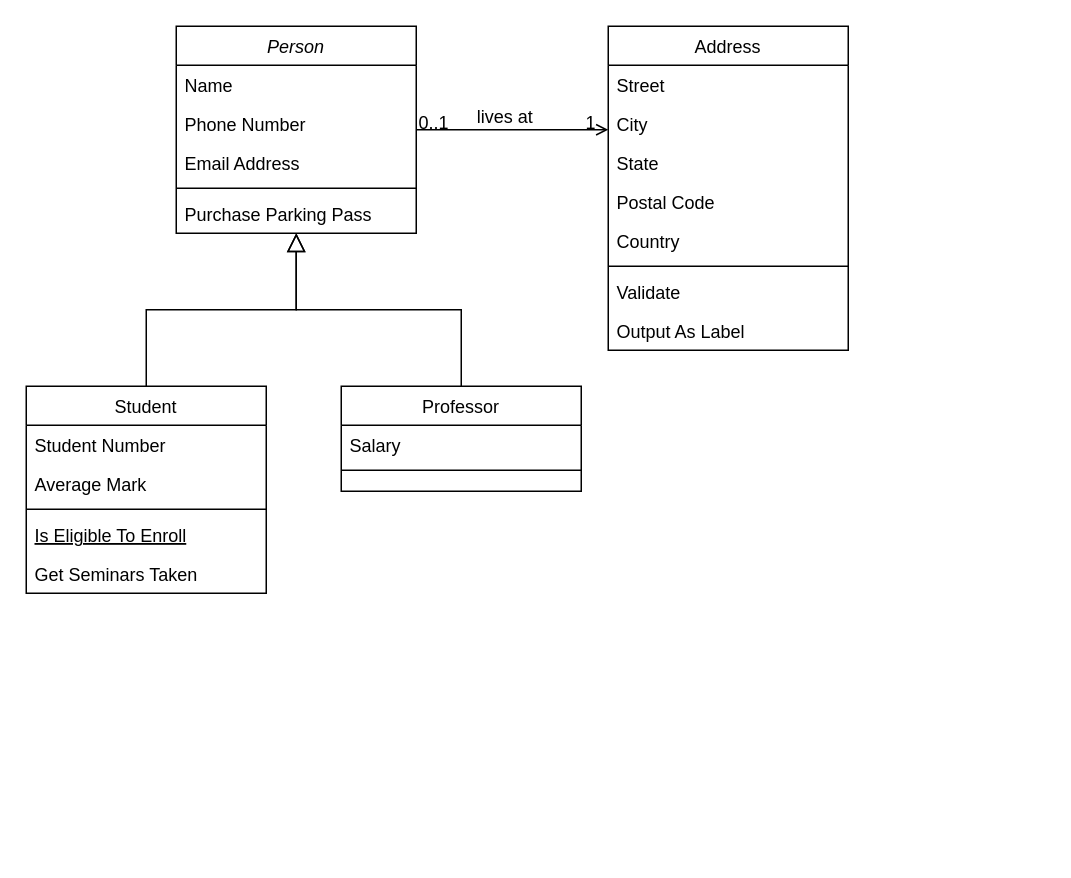
dzikfr/aplikasi-absensi-baharkam-2024 keeps this draw.io diagram as tabelDiagram.drawio. Above is the earlier version. Source tidied: cells renumbered, new cells numbered last; positions are measured from the earlier drawing's top-left corner, leaving out a move shared by most shapes. Both pictures are drawn from the tidied source at 150%, with x=0, y=0 at pixel (26, 26).
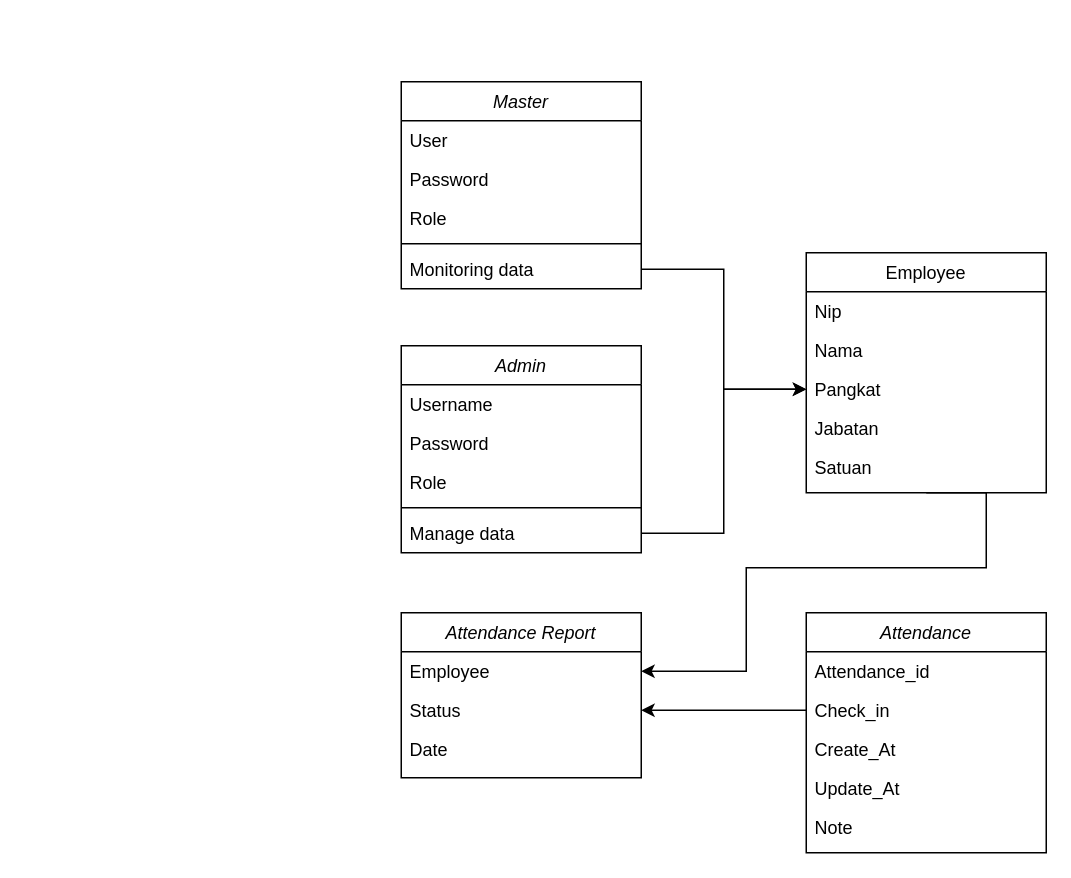
After the change.

The edit, as a diff of the source:
```diff
@@
-    <mxCell id="2" value="Person" style="swimlane;fontStyle=2;align=center;verticalAlign=top;horizontal=1;startSize=26;rounded=0;shadow=0;strokeWidth=1;" parent="1" vertex="1">
-      <mxGeometry x="100" width="160" height="138" as="geometry" />
+    <mxCell id="2" value="Master" style="swimlane;fontStyle=2;align=center;verticalAlign=top;horizontal=1;startSize=26;rounded=0;shadow=0;strokeWidth=1;" parent="1" vertex="1">
+      <mxGeometry x="250" y="37" width="160" height="138" as="geometry" />
     </mxCell>
-    <mxCell id="3" value="Name" style="text;align=left;verticalAlign=top;spacingLeft=4;spacingRight=4;overflow=hidden;" parent="2" vertex="1">
+    <mxCell id="3" value="User" style="text;align=left;verticalAlign=top;spacingLeft=4;spacingRight=4;overflow=hidden;" parent="2" vertex="1">
       <mxGeometry y="26" width="160" height="26" as="geometry" />
     </mxCell>
-    <mxCell id="4" value="Phone Number" style="text;align=left;verticalAlign=top;spacingLeft=4;spacingRight=4;overflow=hidden;rounded=0;shadow=0;html=0;" parent="2" vertex="1">
+    <mxCell id="4" value="Password" style="text;align=left;verticalAlign=top;spacingLeft=4;spacingRight=4;overflow=hidden;rounded=0;shadow=0;html=0;" parent="2" vertex="1">
       <mxGeometry y="52" width="160" height="26" as="geometry" />
     </mxCell>
-    <mxCell id="5" value="Email Address" style="text;align=left;verticalAlign=top;spacingLeft=4;spacingRight=4;overflow=hidden;rounded=0;shadow=0;html=0;" parent="2" vertex="1">
+    <mxCell id="5" value="Role" style="text;align=left;verticalAlign=top;spacingLeft=4;spacingRight=4;overflow=hidden;rounded=0;shadow=0;html=0;" parent="2" vertex="1">
       <mxGeometry y="78" width="160" height="26" as="geometry" />
     </mxCell>
@@
-    <mxCell id="7" value="Purchase Parking Pass" style="text;align=left;verticalAlign=top;spacingLeft=4;spacingRight=4;overflow=hidden;points=[[0,0.5],[1,0.5]];portConstraint=eastwest;" parent="2" vertex="1">
+    <mxCell id="7" value="Monitoring data" style="text;align=left;verticalAlign=top;spacingLeft=4;spacingRight=4;overflow=hidden;points=[[0,0.5],[1,0.5]];portConstraint=eastwest;" parent="2" vertex="1">
       <mxGeometry y="112" width="160" height="26" as="geometry" />
     </mxCell>
-    <mxCell id="8" value="Student" style="swimlane;fontStyle=0;align=center;verticalAlign=top;horizontal=1;startSize=26;rounded=0;shadow=0;strokeWidth=1;" parent="1" vertex="1">
-      <mxGeometry y="240" width="160" height="138" as="geometry" />
+    <mxCell id="8" value="Attendance Report" style="swimlane;fontStyle=2;align=center;verticalAlign=top;horizontal=1;startSize=26;rounded=0;shadow=0;strokeWidth=1;" parent="1" vertex="1">
+      <mxGeometry x="250" y="391" width="160" height="110" as="geometry" />
     </mxCell>
-    <mxCell id="9" value="Student Number" style="text;align=left;verticalAlign=top;spacingLeft=4;spacingRight=4;overflow=hidden;points=[[0,0.5],[1,0.5]];portConstraint=eastwest;" parent="8" vertex="1">
+    <mxCell id="9" value="Employee" style="text;align=left;verticalAlign=top;spacingLeft=4;spacingRight=4;overflow=hidden;points=[[0,0.5],[1,0.5]];portConstraint=eastwest;" parent="8" vertex="1">
       <mxGeometry y="26" width="160" height="26" as="geometry" />
     </mxCell>
-    <mxCell id="10" value="Average Mark" style="text;align=left;verticalAlign=top;spacingLeft=4;spacingRight=4;overflow=hidden;points=[[0,0.5],[1,0.5]];portConstraint=eastwest;rounded=0;shadow=0;html=0;" parent="8" vertex="1">
+    <mxCell id="10" value="Status" style="text;align=left;verticalAlign=top;spacingLeft=4;spacingRight=4;overflow=hidden;points=[[0,0.5],[1,0.5]];portConstraint=eastwest;rounded=0;shadow=0;html=0;" parent="8" vertex="1">
       <mxGeometry y="52" width="160" height="26" as="geometry" />
     </mxCell>
-    <mxCell id="11" style="line;html=1;strokeWidth=1;align=left;verticalAlign=middle;spacingTop=-1;spacingLeft=3;spacingRight=3;labelPosition=right;" parent="8" vertex="1">
-      <mxGeometry y="78" width="160" height="8" as="geometry" />
-    </mxCell>
-    <mxCell id="12" value="Is Eligible To Enroll" style="text;align=left;verticalAlign=top;spacingLeft=4;spacingRight=4;overflow=hidden;fontStyle=4;" parent="8" vertex="1">
-      <mxGeometry y="86" width="160" height="26" as="geometry" />
-    </mxCell>
-    <mxCell id="13" value="Get Seminars Taken" style="text;align=left;verticalAlign=top;spacingLeft=4;spacingRight=4;overflow=hidden;" parent="8" vertex="1">
-      <mxGeometry y="112" width="160" height="26" as="geometry" />
+    <mxCell id="13" value="Date" style="text;align=left;verticalAlign=top;spacingLeft=4;spacingRight=4;overflow=hidden;" parent="8" vertex="1">
+      <mxGeometry y="78" width="160" height="26" as="geometry" />
     </mxCell>
-    <mxCell id="14" style="endArrow=block;endSize=10;endFill=0;shadow=0;strokeWidth=1;rounded=0;curved=0;edgeStyle=elbowEdgeStyle;elbow=vertical;" parent="1" edge="1" source="8" target="2">
-      <mxGeometry relative="1" as="geometry" />
-    </mxCell>
-    <mxCell id="15" value="Professor" style="swimlane;fontStyle=0;align=center;verticalAlign=top;horizontal=1;startSize=26;rounded=0;shadow=0;strokeWidth=1;" parent="1" vertex="1">
-      <mxGeometry x="210" y="240" width="160" height="70" as="geometry" />
-    </mxCell>
-    <mxCell id="16" value="Salary" style="text;align=left;verticalAlign=top;spacingLeft=4;spacingRight=4;overflow=hidden;" parent="15" vertex="1">
-      <mxGeometry y="26" width="160" height="26" as="geometry" />
-    </mxCell>
-    <mxCell id="17" style="line;html=1;strokeWidth=1;align=left;verticalAlign=middle;spacingTop=-1;spacingLeft=3;spacingRight=3;labelPosition=right;" parent="15" vertex="1">
-      <mxGeometry y="52" width="160" height="8" as="geometry" />
-    </mxCell>
-    <mxCell id="18" style="endArrow=block;endSize=10;endFill=0;shadow=0;strokeWidth=1;rounded=0;curved=0;edgeStyle=elbowEdgeStyle;elbow=vertical;" parent="1" edge="1" source="15" target="2">
-      <mxGeometry relative="1" as="geometry" />
-    </mxCell>
+    <mxCell id="32" style="edgeStyle=orthogonalEdgeStyle;rounded=0;jettySize=auto;html=1;exitX=0.5;exitY=1;exitDx=0;exitDy=0;" parent="1" edge="1" source="19" target="9">
+      <mxGeometry relative="1" as="geometry">
+        <Array as="points">
+          <mxPoint x="640" y="361" />
+          <mxPoint x="480" y="361" />
+          <mxPoint x="480" y="430" />
+        </Array>
+      </mxGeometry>
+    </mxCell>
-    <mxCell id="19" value="Address" style="swimlane;fontStyle=0;align=center;verticalAlign=top;horizontal=1;startSize=26;rounded=0;shadow=0;strokeWidth=1;" parent="1" vertex="1">
-      <mxGeometry x="388" width="160" height="216" as="geometry" />
+    <mxCell id="19" value="Employee" style="swimlane;fontStyle=0;align=center;verticalAlign=top;horizontal=1;startSize=26;rounded=0;shadow=0;strokeWidth=1;" parent="1" vertex="1">
+      <mxGeometry x="520" y="151" width="160" height="160" as="geometry" />
     </mxCell>
-    <mxCell id="20" value="Street" style="text;align=left;verticalAlign=top;spacingLeft=4;spacingRight=4;overflow=hidden;" parent="19" vertex="1">
+    <mxCell id="20" value="Nip" style="text;align=left;verticalAlign=top;spacingLeft=4;spacingRight=4;overflow=hidden;" parent="19" vertex="1">
       <mxGeometry y="26" width="160" height="26" as="geometry" />
     </mxCell>
-    <mxCell id="21" value="City" style="text;align=left;verticalAlign=top;spacingLeft=4;spacingRight=4;overflow=hidden;rounded=0;shadow=0;html=0;" parent="19" vertex="1">
+    <mxCell id="21" value="Nama" style="text;align=left;verticalAlign=top;spacingLeft=4;spacingRight=4;overflow=hidden;rounded=0;shadow=0;html=0;" parent="19" vertex="1">
       <mxGeometry y="52" width="160" height="26" as="geometry" />
     </mxCell>
-    <mxCell id="22" value="State" style="text;align=left;verticalAlign=top;spacingLeft=4;spacingRight=4;overflow=hidden;points=[[0,0.5],[1,0.5]];portConstraint=eastwest;rounded=0;shadow=0;html=0;" parent="19" vertex="1">
+    <mxCell id="22" value="Pangkat" style="text;align=left;verticalAlign=top;spacingLeft=4;spacingRight=4;overflow=hidden;points=[[0,0.5],[1,0.5]];portConstraint=eastwest;rounded=0;shadow=0;html=0;" parent="19" vertex="1">
       <mxGeometry y="78" width="160" height="26" as="geometry" />
     </mxCell>
-    <mxCell id="23" value="Postal Code" style="text;align=left;verticalAlign=top;spacingLeft=4;spacingRight=4;overflow=hidden;rounded=0;shadow=0;html=0;" parent="19" vertex="1">
+    <mxCell id="23" value="Jabatan" style="text;align=left;verticalAlign=top;spacingLeft=4;spacingRight=4;overflow=hidden;rounded=0;shadow=0;html=0;" parent="19" vertex="1">
       <mxGeometry y="104" width="160" height="26" as="geometry" />
     </mxCell>
-    <mxCell id="24" value="Country" style="text;align=left;verticalAlign=top;spacingLeft=4;spacingRight=4;overflow=hidden;rounded=0;shadow=0;html=0;" parent="19" vertex="1">
+    <mxCell id="24" value="Satuan" style="text;align=left;verticalAlign=top;spacingLeft=4;spacingRight=4;overflow=hidden;rounded=0;shadow=0;html=0;" parent="19" vertex="1">
       <mxGeometry y="130" width="160" height="26" as="geometry" />
     </mxCell>
-    <mxCell id="25" style="line;html=1;strokeWidth=1;align=left;verticalAlign=middle;spacingTop=-1;spacingLeft=3;spacingRight=3;labelPosition=right;" parent="19" vertex="1">
-      <mxGeometry y="156" width="160" height="8" as="geometry" />
-    </mxCell>
-    <mxCell id="26" value="Validate" style="text;align=left;verticalAlign=top;spacingLeft=4;spacingRight=4;overflow=hidden;" parent="19" vertex="1">
-      <mxGeometry y="164" width="160" height="26" as="geometry" />
-    </mxCell>
-    <mxCell id="27" value="Output As Label" style="text;align=left;verticalAlign=top;spacingLeft=4;spacingRight=4;overflow=hidden;" parent="19" vertex="1">
-      <mxGeometry y="190" width="160" height="26" as="geometry" />
-    </mxCell>
-    <mxCell id="28" style="endArrow=open;shadow=0;strokeWidth=1;rounded=0;curved=0;endFill=1;edgeStyle=elbowEdgeStyle;elbow=vertical;" parent="1" edge="1" source="2" target="19">
-      <mxGeometry x="0.5" y="41" relative="1" as="geometry">
-        <mxPoint x="-40" y="32" as="offset" />
-      </mxGeometry>
-    </mxCell>
-    <mxCell id="29" value="0..1" style="align=left;verticalAlign=bottom;labelBackgroundColor=none;fontSize=12;" parent="28" vertex="1">
-      <mxGeometry x="-1" relative="1" as="geometry">
-        <mxPoint y="4" as="offset" />
-      </mxGeometry>
-    </mxCell>
-    <mxCell id="30" value="1" style="align=right;verticalAlign=bottom;labelBackgroundColor=none;fontSize=12;" parent="28" vertex="1">
-      <mxGeometry x="1" relative="1" as="geometry">
-        <mxPoint x="-7" y="4" as="offset" />
-      </mxGeometry>
-    </mxCell>
-    <mxCell id="31" value="lives at" style="text;html=1;align=center;verticalAlign=middle;labelBackgroundColor=none;rounded=0;shadow=0;strokeWidth=1;fontSize=12;" parent="28" vertex="1">
-      <mxGeometry x="0.5" y="49" relative="1" as="geometry">
-        <mxPoint x="-38" y="40" as="offset" />
-      </mxGeometry>
-    </mxCell>
+    <mxCell id="33" value="Admin" style="swimlane;fontStyle=2;align=center;verticalAlign=top;horizontal=1;startSize=26;rounded=0;shadow=0;strokeWidth=1;" parent="1" vertex="1">
+      <mxGeometry x="250" y="213" width="160" height="138" as="geometry" />
+    </mxCell>
+    <mxCell id="34" value="Username" style="text;align=left;verticalAlign=top;spacingLeft=4;spacingRight=4;overflow=hidden;" parent="33" vertex="1">
+      <mxGeometry y="26" width="160" height="26" as="geometry" />
+    </mxCell>
+    <mxCell id="35" value="Password" style="text;align=left;verticalAlign=top;spacingLeft=4;spacingRight=4;overflow=hidden;rounded=0;shadow=0;html=0;" parent="33" vertex="1">
+      <mxGeometry y="52" width="160" height="26" as="geometry" />
+    </mxCell>
+    <mxCell id="36" value="Role" style="text;align=left;verticalAlign=top;spacingLeft=4;spacingRight=4;overflow=hidden;rounded=0;shadow=0;html=0;" parent="33" vertex="1">
+      <mxGeometry y="78" width="160" height="26" as="geometry" />
+    </mxCell>
+    <mxCell id="37" style="line;html=1;strokeWidth=1;align=left;verticalAlign=middle;spacingTop=-1;spacingLeft=3;spacingRight=3;labelPosition=right;" parent="33" vertex="1">
+      <mxGeometry y="104" width="160" height="8" as="geometry" />
+    </mxCell>
+    <mxCell id="38" value="Manage data" style="text;align=left;verticalAlign=top;spacingLeft=4;spacingRight=4;overflow=hidden;points=[[0,0.5],[1,0.5]];portConstraint=eastwest;" parent="33" vertex="1">
+      <mxGeometry y="112" width="160" height="26" as="geometry" />
+    </mxCell>
+    <mxCell id="39" value="Attendance" style="swimlane;fontStyle=2;align=center;verticalAlign=top;horizontal=1;startSize=26;rounded=0;shadow=0;strokeWidth=1;" parent="1" vertex="1">
+      <mxGeometry x="520" y="391" width="160" height="160" as="geometry" />
+    </mxCell>
+    <mxCell id="40" value="Attendance_id" style="text;align=left;verticalAlign=top;spacingLeft=4;spacingRight=4;overflow=hidden;" parent="39" vertex="1">
+      <mxGeometry y="26" width="160" height="26" as="geometry" />
+    </mxCell>
+    <mxCell id="41" value="Check_in" style="text;align=left;verticalAlign=top;spacingLeft=4;spacingRight=4;overflow=hidden;points=[[0,0.5],[1,0.5]];portConstraint=eastwest;rounded=0;shadow=0;html=0;" parent="39" vertex="1">
+      <mxGeometry y="52" width="160" height="26" as="geometry" />
+    </mxCell>
+    <mxCell id="42" value="Create_At" style="text;align=left;verticalAlign=top;spacingLeft=4;spacingRight=4;overflow=hidden;" parent="39" vertex="1">
+      <mxGeometry y="78" width="160" height="26" as="geometry" />
+    </mxCell>
+    <mxCell id="43" value="Update_At" style="text;align=left;verticalAlign=top;spacingLeft=4;spacingRight=4;overflow=hidden;" parent="39" vertex="1">
+      <mxGeometry y="104" width="160" height="26" as="geometry" />
+    </mxCell>
+    <mxCell id="44" value="Note" style="text;align=left;verticalAlign=top;spacingLeft=4;spacingRight=4;overflow=hidden;" parent="39" vertex="1">
+      <mxGeometry y="130" width="160" height="26" as="geometry" />
+    </mxCell>
+    <mxCell id="45" style="edgeStyle=orthogonalEdgeStyle;rounded=0;jettySize=auto;html=1;exitX=0;exitY=0.5;exitDx=0;exitDy=0;" parent="1" edge="1" source="41" target="10">
+      <mxGeometry relative="1" as="geometry" />
+    </mxCell>
+    <mxCell id="46" style="edgeStyle=orthogonalEdgeStyle;rounded=0;jettySize=auto;html=1;exitX=1;exitY=0.5;exitDx=0;exitDy=0;entryX=0;entryY=0.5;entryDx=0;entryDy=0;" parent="1" edge="1" source="38" target="22">
+      <mxGeometry relative="1" as="geometry" />
+    </mxCell>
+    <mxCell id="47" style="edgeStyle=orthogonalEdgeStyle;rounded=0;jettySize=auto;html=1;exitX=1;exitY=0.5;exitDx=0;exitDy=0;entryX=0;entryY=0.5;entryDx=0;entryDy=0;" parent="1" edge="1" source="7" target="22">
+      <mxGeometry relative="1" as="geometry" />
+    </mxCell>
```
